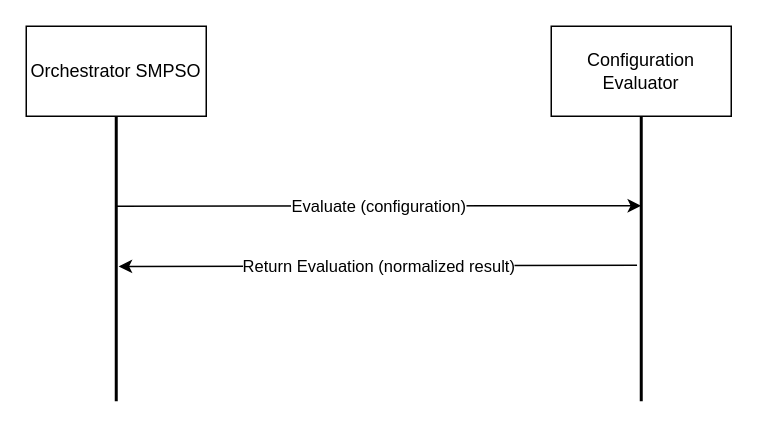
Before: scheme/Orchestrator-Evaluator.drawio in R-a-d-u/PSATSimSimulation, a draw.io diagram. Source tidied: cells renumbered, new cells numbered last; positions are measured from the earlier drawing's top-left corner, leaving out a move shared by most shapes. Both pictures are drawn from the tidied source at 150%, with x=0, y=0 at pixel (26, 26).
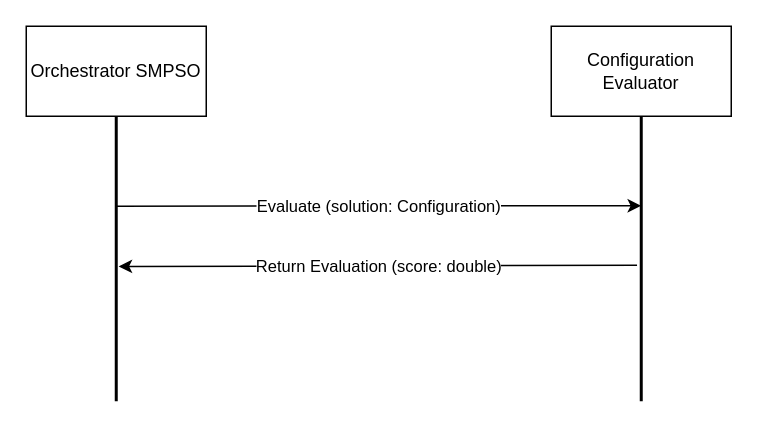
After the change.

Commit message (it also covers changes not shown here):
Updating Orchestrator config

Change to the diagram source:
```diff
@@
 <mxGraphModel>
   <root>
     <mxCell id="0" />
     <mxCell id="1" parent="0" />
     <mxCell id="2" value="Orchestrator SMPSO" style="rounded=0;whiteSpace=wrap;html=1;" parent="1" vertex="1">
       <mxGeometry width="120" height="60" as="geometry" />
     </mxCell>
     <mxCell id="3" style="line;strokeWidth=2;direction=south;html=1;" parent="1" vertex="1">
       <mxGeometry x="55" y="60" width="10" height="190" as="geometry" />
     </mxCell>
     <mxCell id="4" value="Configuration Evaluator" style="rounded=0;whiteSpace=wrap;html=1;" parent="1" vertex="1">
       <mxGeometry x="350" width="120" height="60" as="geometry" />
     </mxCell>
     <mxCell id="5" style="line;strokeWidth=2;direction=south;html=1;" parent="1" vertex="1">
       <mxGeometry x="405" y="60" width="10" height="190" as="geometry" />
     </mxCell>
     <mxCell id="6" style="endArrow=classic;html=1;rounded=0;entryX=0.314;entryY=0.514;entryDx=0;entryDy=0;entryPerimeter=0;" parent="1" edge="1" target="5">
       <mxGeometry relative="1" as="geometry">
         <mxPoint x="60" y="120" as="sourcePoint" />
       </mxGeometry>
     </mxCell>
-    <mxCell id="7" value="Evaluate (configuration)" style="edgeLabel;html=1;align=center;verticalAlign=middle;" parent="6" vertex="1">
+    <mxCell id="7" value="Evaluate (solution: Configuration)" style="edgeLabel;html=1;align=center;verticalAlign=middle;" parent="6" vertex="1">
       <mxGeometry relative="1" as="geometry" />
     </mxCell>
     <mxCell id="8" style="endArrow=classic;html=1;rounded=0;entryX=0.527;entryY=0.34;entryDx=0;entryDy=0;entryPerimeter=0;exitX=0.523;exitY=0.78;exitDx=0;exitDy=0;exitPerimeter=0;" parent="1" edge="1" source="5" target="3">
       <mxGeometry relative="1" as="geometry" />
     </mxCell>
-    <mxCell id="9" value="Return Evaluation (normalized result)" style="edgeLabel;html=1;align=center;verticalAlign=middle;" parent="8" vertex="1">
+    <mxCell id="9" value="Return Evaluation (score: double)" style="edgeLabel;html=1;align=center;verticalAlign=middle;" parent="8" vertex="1">
       <mxGeometry relative="1" as="geometry" />
     </mxCell>
   </root>
 </mxGraphModel>
```
